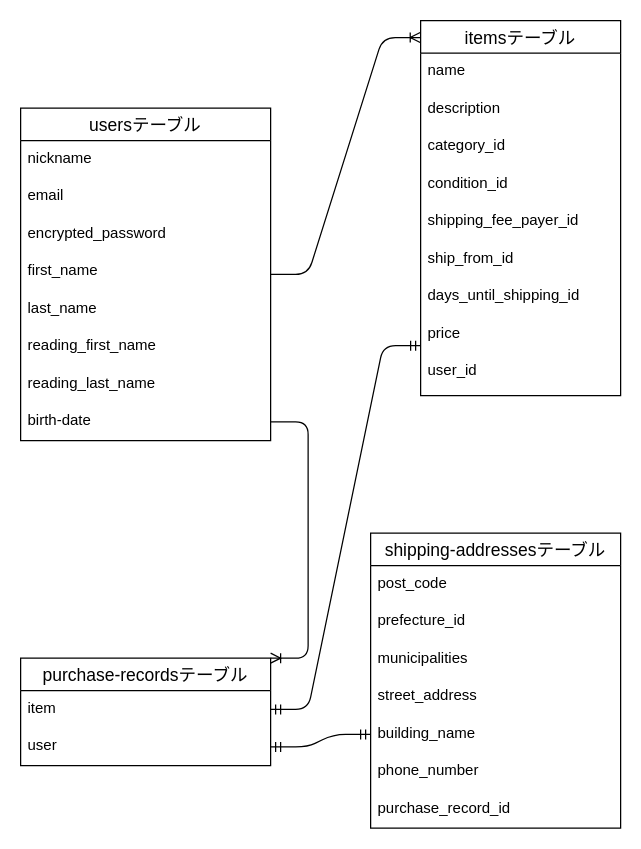
takisu918/furima-40367 keeps this draw.io diagram as furima-40367-ER.dio. Above is the earlier version. Source tidied: cells renumbered, new cells numbered last; positions are measured from the earlier drawing's top-left corner, leaving out a move shared by most shapes. Both pictures are drawn from the tidied source at 125%, with x=0, y=0 at pixel (20, 20).
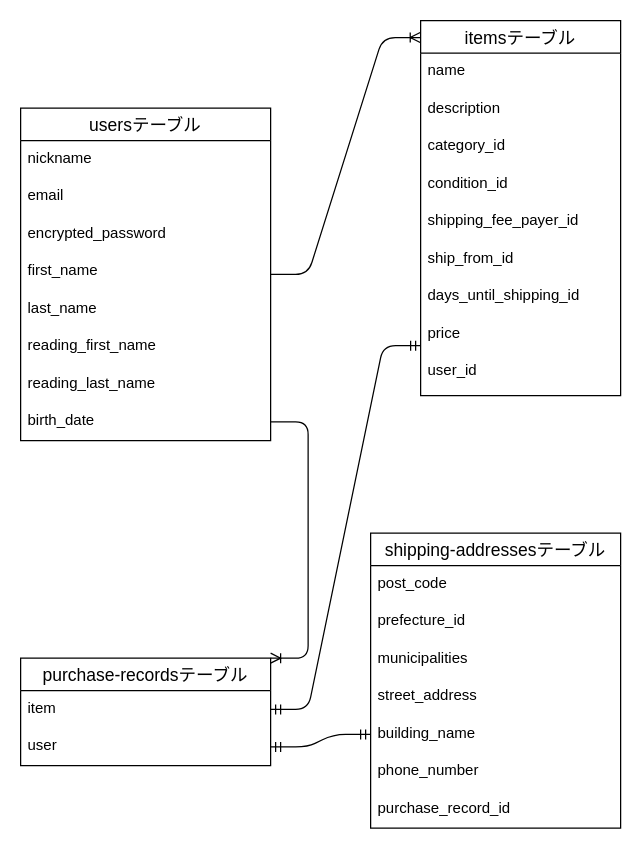
After the change.

Commit message (it also covers changes not shown here):
#3データベース設計（修正4）

The change refers to these unchanged cells:
```xml
<mxCell id="2" value="usersテーブル" style="swimlane;fontStyle=0;horizontal=1;startSize=26;align=center;fontSize=14;" parent="1" vertex="1">
  <mxGeometry y="70" width="200" height="266" as="geometry" />
</mxCell>
```

What changed in the source:
```diff
@@
-    <mxCell id="10" value="birth-date" style="text;strokeColor=none;fillColor=none;spacingLeft=4;spacingRight=4;overflow=hidden;points=[[0,0.5],[1,0.5]];portConstraint=eastwest;fontSize=12;" parent="2" vertex="1">
+    <mxCell id="10" value="birth_date" style="text;strokeColor=none;fillColor=none;spacingLeft=4;spacingRight=4;overflow=hidden;points=[[0,0.5],[1,0.5]];portConstraint=eastwest;fontSize=12;" parent="2" vertex="1">
       <mxGeometry y="236" width="200" height="30" as="geometry" />
     </mxCell>
```
